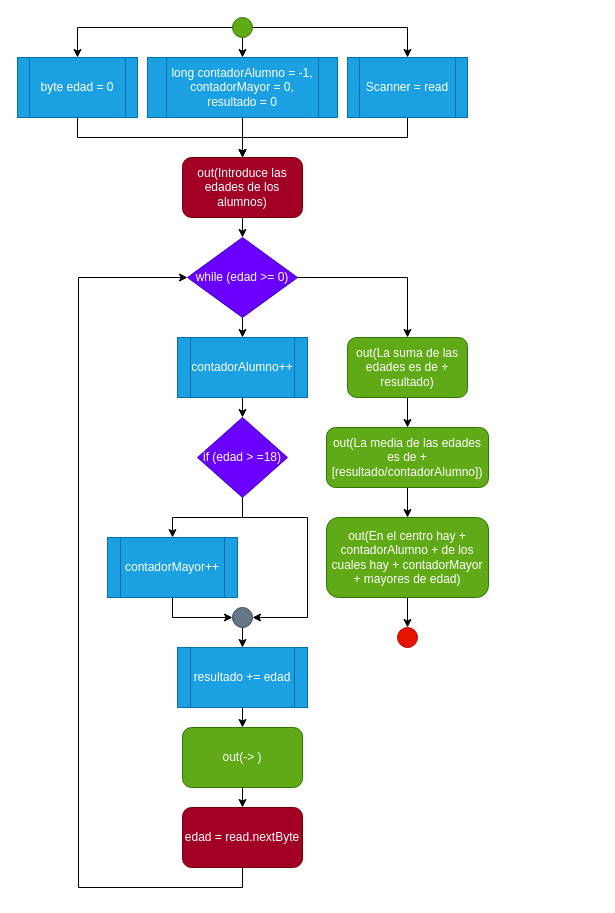
antonionavarro04/Tema3While keeps this draw.io diagram as page "Ejercicio 6" (6 of 8) of diagramas/Diagramas.drawio. Above is the earlier version. Source tidied: cells renumbered, new cells numbered last; positions are measured from the earlier drawing's top-left corner, leaving out a move shared by most shapes. Both pictures are drawn from the tidied source at 100%, with x=0, y=0 at pixel (17, 17).
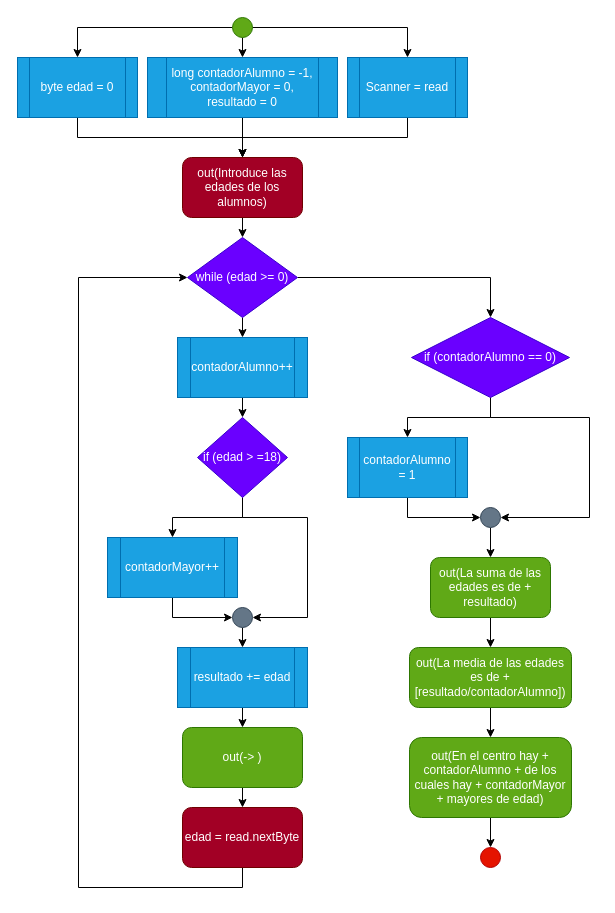
The same diagram, later.

The change refers to these unchanged cells:
```xml
<mxCell id="16" value="while (edad &amp;gt;= 0)" style="rhombus;whiteSpace=wrap;html=1;fillColor=#6a00ff;fontColor=#ffffff;strokeColor=#3700CC;" parent="1" vertex="1">
  <mxGeometry x="170" y="220" width="110" height="80" as="geometry" />
</mxCell>
```

Change to the diagram source:
```diff
@@
-    <mxCell id="15" style="edgeStyle=orthogonalEdgeStyle;rounded=0;jettySize=auto;html=1;exitX=1;exitY=0.5;exitDx=0;exitDy=0;entryX=0.5;entryY=0;entryDx=0;entryDy=0;" parent="1" edge="1" source="16" target="33">
-      <mxGeometry relative="1" as="geometry" />
-    </mxCell>
+    <mxCell id="39" style="edgeStyle=orthogonalEdgeStyle;rounded=0;jettySize=auto;html=1;exitX=1;exitY=0.5;exitDx=0;exitDy=0;entryX=0.5;entryY=0;entryDx=0;entryDy=0;" parent="1" edge="1" source="16" target="42">
+      <mxGeometry relative="1" as="geometry" />
+    </mxCell>
@@
     <mxCell id="33" value="out(La suma de las edades es de + resultado)" style="rounded=1;whiteSpace=wrap;html=1;fillColor=#60a917;fontColor=#ffffff;strokeColor=#2D7600;" parent="1" vertex="1">
-      <mxGeometry x="330" y="320" width="120" height="60" as="geometry" />
+      <mxGeometry x="413" y="540" width="120" height="60" as="geometry" />
     </mxCell>
@@
     <mxCell id="35" value="out(La media de las edades es de + [resultado/contadorAlumno])" style="rounded=1;whiteSpace=wrap;html=1;fillColor=#60a917;fontColor=#ffffff;strokeColor=#2D7600;" parent="1" vertex="1">
-      <mxGeometry x="309" y="410" width="162" height="60" as="geometry" />
+      <mxGeometry x="392" y="630" width="162" height="60" as="geometry" />
     </mxCell>
@@
     <mxCell id="37" value="out(En el centro hay + contadorAlumno + de los cuales hay + contadorMayor + mayores de edad)" style="rounded=1;whiteSpace=wrap;html=1;fillColor=#60a917;fontColor=#ffffff;strokeColor=#2D7600;" parent="1" vertex="1">
-      <mxGeometry x="309" y="500" width="162" height="80" as="geometry" />
+      <mxGeometry x="392" y="720" width="162" height="80" as="geometry" />
     </mxCell>
     <mxCell id="38" style="ellipse;whiteSpace=wrap;html=1;fillColor=#e51400;fontColor=#ffffff;strokeColor=#B20000;" parent="1" vertex="1">
-      <mxGeometry x="380" y="610" width="20" height="20" as="geometry" />
+      <mxGeometry x="463" y="830" width="20" height="20" as="geometry" />
     </mxCell>
+    <mxCell id="40" style="edgeStyle=orthogonalEdgeStyle;rounded=0;jettySize=auto;html=1;exitX=0.5;exitY=1;exitDx=0;exitDy=0;entryX=0.5;entryY=0;entryDx=0;entryDy=0;" parent="1" edge="1" source="42" target="44">
+      <mxGeometry relative="1" as="geometry" />
+    </mxCell>
+    <mxCell id="41" style="edgeStyle=orthogonalEdgeStyle;rounded=0;jettySize=auto;html=1;exitX=0.5;exitY=1;exitDx=0;exitDy=0;entryX=1;entryY=0.5;entryDx=0;entryDy=0;" parent="1" edge="1" source="42" target="46">
+      <mxGeometry relative="1" as="geometry">
+        <Array as="points">
+          <mxPoint x="473" y="400" />
+          <mxPoint x="572" y="400" />
+          <mxPoint x="572" y="500" />
+        </Array>
+      </mxGeometry>
+    </mxCell>
+    <mxCell id="42" value="if (contadorAlumno == 0)" style="rhombus;whiteSpace=wrap;html=1;fillColor=#6a00ff;fontColor=#ffffff;strokeColor=#3700CC;" parent="1" vertex="1">
+      <mxGeometry x="394" y="300" width="158" height="80" as="geometry" />
+    </mxCell>
+    <mxCell id="43" style="edgeStyle=orthogonalEdgeStyle;rounded=0;jettySize=auto;html=1;exitX=0.5;exitY=1;exitDx=0;exitDy=0;entryX=0;entryY=0.5;entryDx=0;entryDy=0;" parent="1" edge="1" source="44" target="46">
+      <mxGeometry relative="1" as="geometry" />
+    </mxCell>
+    <mxCell id="44" value="contadorAlumno = 1" style="shape=process;whiteSpace=wrap;html=1;backgroundOutline=1;fillColor=#1ba1e2;fontColor=#ffffff;strokeColor=#006EAF;" parent="1" vertex="1">
+      <mxGeometry x="330" y="420" width="120" height="60" as="geometry" />
+    </mxCell>
+    <mxCell id="45" style="edgeStyle=orthogonalEdgeStyle;rounded=0;jettySize=auto;html=1;exitX=0.5;exitY=1;exitDx=0;exitDy=0;entryX=0.5;entryY=0;entryDx=0;entryDy=0;" parent="1" edge="1" source="46" target="33">
+      <mxGeometry relative="1" as="geometry" />
+    </mxCell>
+    <mxCell id="46" style="ellipse;whiteSpace=wrap;html=1;fillColor=#647687;fontColor=#ffffff;strokeColor=#314354;" parent="1" vertex="1">
+      <mxGeometry x="463" y="490" width="20" height="20" as="geometry" />
+    </mxCell>
```
